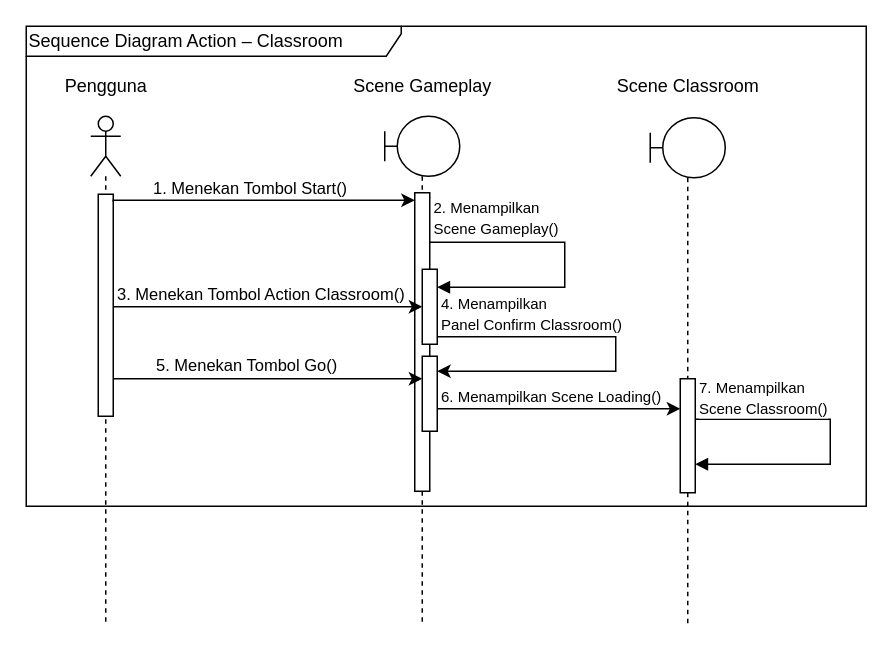
Earlier version of the draw.io diagram skripsi/skripsi/gambar/BAB III/Sequence Diagram/Sequence Diagram Action – Classroom.drawio (hako-975/UNPAM-File). Source tidied: cells renumbered, new cells numbered last; positions are measured from the earlier drawing's top-left corner, leaving out a move shared by most shapes. Both pictures are drawn from the tidied source at 150%, with x=0, y=0 at pixel (26, 26).
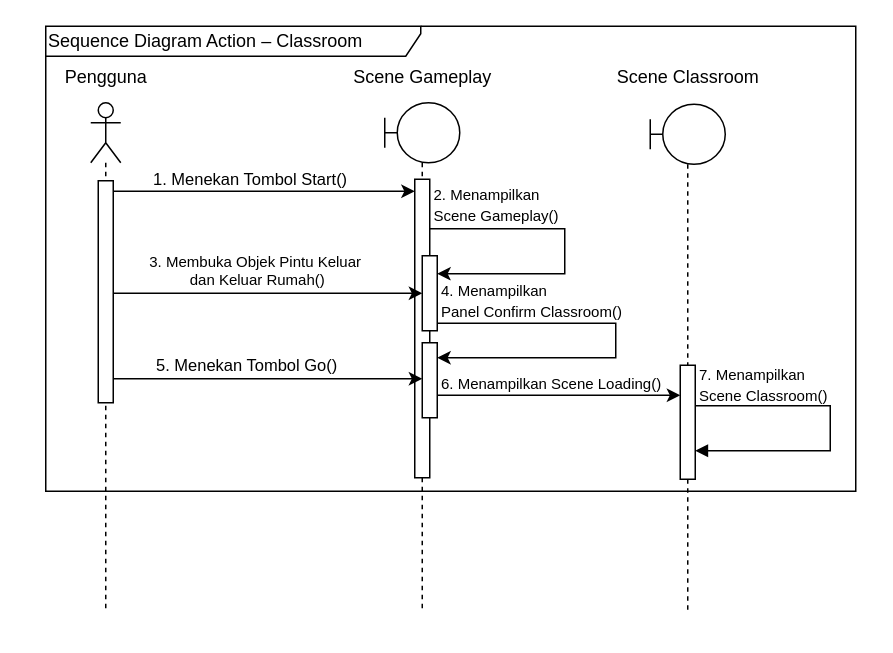
The same page after the edit.

The change refers to these unchanged cells:
```xml
<mxCell id="3" style="html=1;points=[[0,0,0,0,5],[0,1,0,0,-5],[1,0,0,0,5],[1,1,0,0,-5]];perimeter=orthogonalPerimeter;outlineConnect=0;targetShapes=umlLifeline;portConstraint=eastwest;newEdgeStyle={&quot;curved&quot;:0,&quot;rounded&quot;:0};" parent="2" vertex="1">
  <mxGeometry x="5" y="52" width="10" height="148" as="geometry" />
</mxCell>
<mxCell id="7" style="html=1;points=[[0,0,0,0,5],[0,1,0,0,-5],[1,0,0,0,5],[1,1,0,0,-5]];perimeter=orthogonalPerimeter;outlineConnect=0;targetShapes=umlLifeline;portConstraint=eastwest;newEdgeStyle={&quot;curved&quot;:0,&quot;rounded&quot;:0};" parent="6" vertex="1">
  <mxGeometry x="20" y="51" width="10" height="199" as="geometry" />
</mxCell>
<mxCell id="10" style="html=1;points=[[0,0,0,0,5],[0,1,0,0,-5],[1,0,0,0,5],[1,1,0,0,-5]];perimeter=orthogonalPerimeter;outlineConnect=0;targetShapes=umlLifeline;portConstraint=eastwest;newEdgeStyle={&quot;curved&quot;:0,&quot;rounded&quot;:0};" parent="6" vertex="1">
  <mxGeometry x="25" y="102" width="10" height="50" as="geometry" />
</mxCell>
<mxCell id="11" style="html=1;points=[[0,0,0,0,5],[0,1,0,0,-5],[1,0,0,0,5],[1,1,0,0,-5]];perimeter=orthogonalPerimeter;outlineConnect=0;targetShapes=umlLifeline;portConstraint=eastwest;newEdgeStyle={&quot;curved&quot;:0,&quot;rounded&quot;:0};" parent="6" vertex="1">
  <mxGeometry x="25" y="160" width="10" height="50" as="geometry" />
</mxCell>
<mxCell id="22" style="html=1;points=[[0,0,0,0,5],[0,1,0,0,-5],[1,0,0,0,5],[1,1,0,0,-5]];perimeter=orthogonalPerimeter;outlineConnect=0;targetShapes=umlLifeline;portConstraint=eastwest;newEdgeStyle={&quot;curved&quot;:0,&quot;rounded&quot;:0};" parent="21" vertex="1">
  <mxGeometry x="20" y="174" width="10" height="76" as="geometry" />
</mxCell>
```

The edit, as a diff of the source:
```diff
@@
     <mxCell id="2" value="&lt;div&gt;&lt;/div&gt;" style="shape=umlLifeline;perimeter=lifelinePerimeter;whiteSpace=wrap;html=1;newEdgeStyle={&quot;curved&quot;:0,&quot;rounded&quot;:0};participant=umlActor;size=40;" parent="1" vertex="1">
-      <mxGeometry x="43" y="60" width="20" height="340" as="geometry" />
+      <mxGeometry x="43" y="51" width="20" height="340" as="geometry" />
     </mxCell>
@@
     <mxCell id="4" value="&lt;div&gt;Pengguna&lt;/div&gt;" style="text;html=1;align=center;verticalAlign=middle;strokeColor=none;fillColor=none;" parent="1" vertex="1">
-      <mxGeometry x="13" y="25" width="80" height="30" as="geometry" />
+      <mxGeometry x="13" y="19" width="80" height="30" as="geometry" />
     </mxCell>
     <mxCell id="5" value="Sequence Diagram Action – Classroom" style="shape=umlFrame;whiteSpace=wrap;html=1;width=250;height=20;align=left;" parent="1" vertex="1">
-      <mxGeometry width="560" height="320" as="geometry" />
+      <mxGeometry x="13" width="540" height="310" as="geometry" />
     </mxCell>
     <mxCell id="6" style="shape=umlLifeline;perimeter=lifelinePerimeter;whiteSpace=wrap;html=1;newEdgeStyle={&quot;curved&quot;:0,&quot;rounded&quot;:0};participant=umlBoundary;" parent="1" vertex="1">
-      <mxGeometry x="239" y="60" width="50" height="339" as="geometry" />
+      <mxGeometry x="239" y="51" width="50" height="339" as="geometry" />
     </mxCell>
@@
-    <mxCell id="8" style="html=1;align=left;spacingLeft=2;endArrow=block;rounded=0;edgeStyle=orthogonalEdgeStyle;curved=0;rounded=0;" parent="6" edge="1" source="7" target="10">
+    <mxCell id="8" style="html=1;align=left;spacingLeft=2;endArrow=classic;rounded=0;edgeStyle=orthogonalEdgeStyle;curved=0;rounded=0;endFill=1;" parent="6" edge="1" source="7" target="10">
       <mxGeometry x="-1" y="22" relative="1" as="geometry">
         <Array as="points">
           <mxPoint x="120" y="84" />
           <mxPoint x="120" y="114" />
         </Array>
       </mxGeometry>
     </mxCell>
@@
     <mxCell id="12" value="&lt;div&gt;Scene Gameplay&lt;/div&gt;" style="text;html=1;align=center;verticalAlign=middle;strokeColor=none;fillColor=none;" parent="1" vertex="1">
-      <mxGeometry x="204" y="25" width="120" height="30" as="geometry" />
+      <mxGeometry x="204" y="19" width="120" height="30" as="geometry" />
     </mxCell>
-    <mxCell id="13" style="edgeStyle=orthogonalEdgeStyle;rounded=0;jettySize=auto;html=1;curved=0;entryX=0;entryY=0;entryDx=0;entryDy=5;entryPerimeter=0;exitX=1;exitY=0;exitDx=0;exitDy=5;exitPerimeter=0;" parent="1" edge="1" source="3" target="7">
+    <mxCell id="13" style="rounded=0;orthogonalLoop=1;jettySize=auto;html=1;exitX=1;exitY=0;exitDx=0;exitDy=5;exitPerimeter=0;" parent="1" edge="1">
       <mxGeometry relative="1" as="geometry">
-        <Array as="points">
-          <mxPoint x="58" y="116" />
-        </Array>
+        <mxPoint x="58" y="110" as="sourcePoint" />
+        <mxPoint x="259" y="110" as="targetPoint" />
       </mxGeometry>
     </mxCell>
@@
     <mxCell id="15" value="&lt;span style=&quot;font-size: 10px;&quot;&gt;2. Menampilkan&amp;nbsp;&lt;/span&gt;&lt;div&gt;&lt;span style=&quot;font-size: 10px;&quot;&gt;Scene&amp;nbsp;&lt;/span&gt;&lt;span style=&quot;font-size: 10px;&quot;&gt;Gameplay()&lt;/span&gt;&lt;/div&gt;" style="edgeLabel;html=1;align=left;verticalAlign=middle;" parent="13" vertex="1">
       <mxGeometry x="-0.33" y="1" relative="1" as="geometry">
-        <mxPoint x="145" y="12" as="offset" />
+        <mxPoint x="145" y="9" as="offset" />
       </mxGeometry>
     </mxCell>
     <mxCell id="16" style="edgeStyle=orthogonalEdgeStyle;rounded=0;jettySize=auto;html=1;curved=0;" parent="1" edge="1" source="3" target="10">
       <mxGeometry relative="1" as="geometry">
         <Array as="points">
-          <mxPoint x="103" y="187" />
-          <mxPoint x="103" y="187" />
+          <mxPoint x="103" y="178" />
+          <mxPoint x="103" y="178" />
         </Array>
       </mxGeometry>
     </mxCell>
-    <mxCell id="17" value="3. Menekan Tombol Action Classroom()" style="edgeLabel;html=1;align=left;verticalAlign=middle;" parent="1" vertex="1">
-      <mxGeometry x="59" y="178" as="geometry" />
+    <mxCell id="17" value="3. Membuka Objek Pintu Keluar&amp;nbsp;&lt;div&gt;dan Keluar Rumah()&lt;/div&gt;" style="edgeLabel;html=1;align=center;verticalAlign=middle;fontSize=10;" parent="1" vertex="1">
+      <mxGeometry x="153" y="162" as="geometry" />
     </mxCell>
     <mxCell id="18" value="&lt;span style=&quot;font-size: 10px;&quot;&gt;4. Menampilkan&amp;nbsp;&lt;/span&gt;&lt;div&gt;&lt;span style=&quot;font-size: 10px;&quot;&gt;Panel Confirm Classroom&lt;/span&gt;&lt;span style=&quot;font-size: 10px;&quot;&gt;()&lt;/span&gt;&lt;/div&gt;" style="edgeLabel;html=1;align=left;verticalAlign=middle;" parent="1" vertex="1">
-      <mxGeometry x="275" y="191" as="geometry" />
+      <mxGeometry x="275" y="182" as="geometry" />
     </mxCell>
-    <mxCell id="19" style="edgeStyle=orthogonalEdgeStyle;rounded=0;jettySize=auto;html=1;curved=0;" parent="1" edge="1" source="3" target="11">
+    <mxCell id="19" style="edgeStyle=orthogonalEdgeStyle;rounded=0;orthogonalLoop=1;jettySize=auto;html=1;curved=0;" parent="1" edge="1">
       <mxGeometry relative="1" as="geometry">
+        <mxPoint x="58" y="235" as="sourcePoint" />
+        <mxPoint x="264" y="235" as="targetPoint" />
         <Array as="points">
           <mxPoint x="113" y="235" />
           <mxPoint x="113" y="235" />
         </Array>
       </mxGeometry>
     </mxCell>
@@
     <mxCell id="21" style="shape=umlLifeline;perimeter=lifelinePerimeter;whiteSpace=wrap;html=1;newEdgeStyle={&quot;curved&quot;:0,&quot;rounded&quot;:0};participant=umlBoundary;" parent="1" vertex="1">
-      <mxGeometry x="416" y="61" width="50" height="339" as="geometry" />
+      <mxGeometry x="416" y="52" width="50" height="339" as="geometry" />
     </mxCell>
@@
     <mxCell id="24" value="&lt;div&gt;Scene Classroom&lt;/div&gt;" style="text;html=1;align=center;verticalAlign=middle;strokeColor=none;fillColor=none;" parent="1" vertex="1">
-      <mxGeometry x="381" y="25" width="120" height="30" as="geometry" />
+      <mxGeometry x="381" y="19" width="120" height="30" as="geometry" />
     </mxCell>
     <mxCell id="25" style="edgeStyle=orthogonalEdgeStyle;rounded=0;jettySize=auto;html=1;curved=0;exitX=1;exitY=1;exitDx=0;exitDy=-5;exitPerimeter=0;" parent="1" edge="1" target="22">
       <mxGeometry relative="1" as="geometry">
-        <mxPoint x="274" y="255" as="sourcePoint" />
+        <mxPoint x="274" y="246" as="sourcePoint" />
         <Array as="points">
-          <mxPoint x="403" y="255" />
-          <mxPoint x="403" y="255" />
+          <mxPoint x="403" y="246" />
+          <mxPoint x="403" y="246" />
         </Array>
       </mxGeometry>
     </mxCell>
     <mxCell id="26" value="&lt;span style=&quot;font-size: 10px;&quot;&gt;6. Menampilkan&amp;nbsp;&lt;/span&gt;&lt;span style=&quot;font-size: 10px;&quot;&gt;Scene&amp;nbsp;&lt;/span&gt;&lt;span style=&quot;font-size: 10px;&quot;&gt;Loading()&lt;/span&gt;" style="edgeLabel;html=1;align=left;verticalAlign=middle;" parent="1" vertex="1">
-      <mxGeometry x="275" y="246" as="geometry" />
+      <mxGeometry x="275" y="237" as="geometry" />
     </mxCell>
     <mxCell id="27" value="&lt;span style=&quot;font-size: 10px;&quot;&gt;7. Menampilkan&amp;nbsp;&lt;br&gt;&lt;/span&gt;&lt;div&gt;&lt;span style=&quot;font-size: 10px;&quot;&gt;Scene&amp;nbsp;&lt;/span&gt;&lt;span style=&quot;font-size: 10px;&quot;&gt;Classroom()&lt;/span&gt;&lt;/div&gt;" style="edgeLabel;html=1;align=left;verticalAlign=middle;" parent="1" vertex="1">
-      <mxGeometry x="447" y="247" as="geometry" />
+      <mxGeometry x="447" y="238" as="geometry" />
     </mxCell>
```
